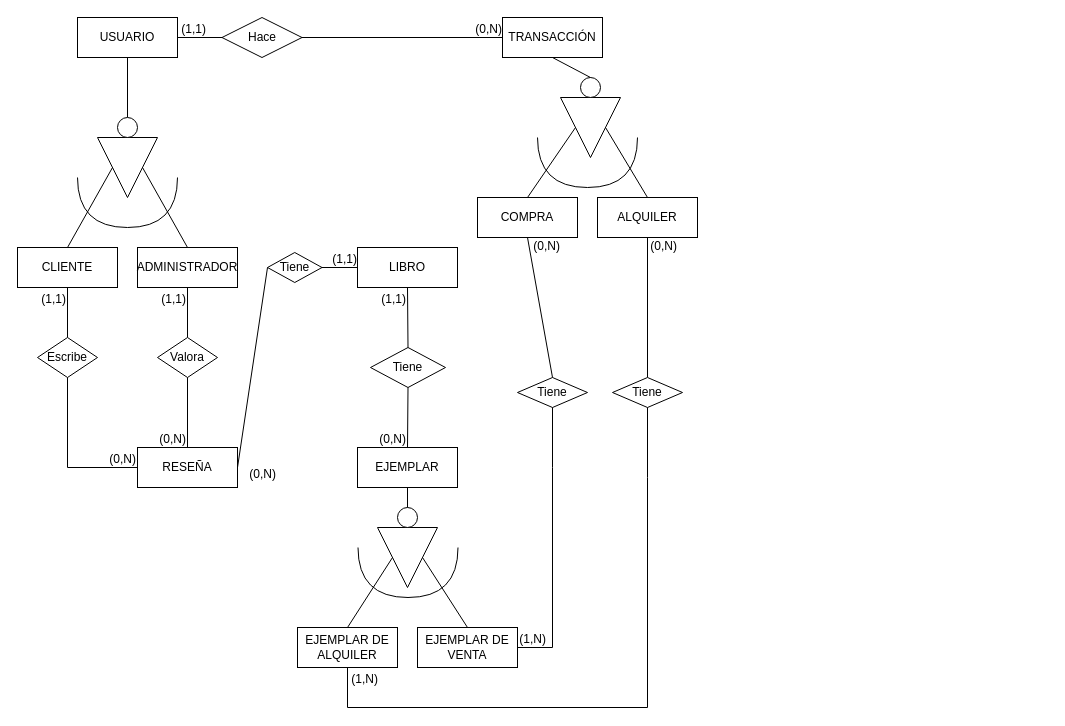
This is Diagrama sin título.drawio from ImAlex28/draw.io, a draw.io file, before an edit. Source tidied: cells renumbered, new cells numbered last; positions are measured from the earlier drawing's top-left corner, leaving out a move shared by most shapes. Both pictures are drawn from the tidied source at 100%, with x=0, y=0 at pixel (17, 17).
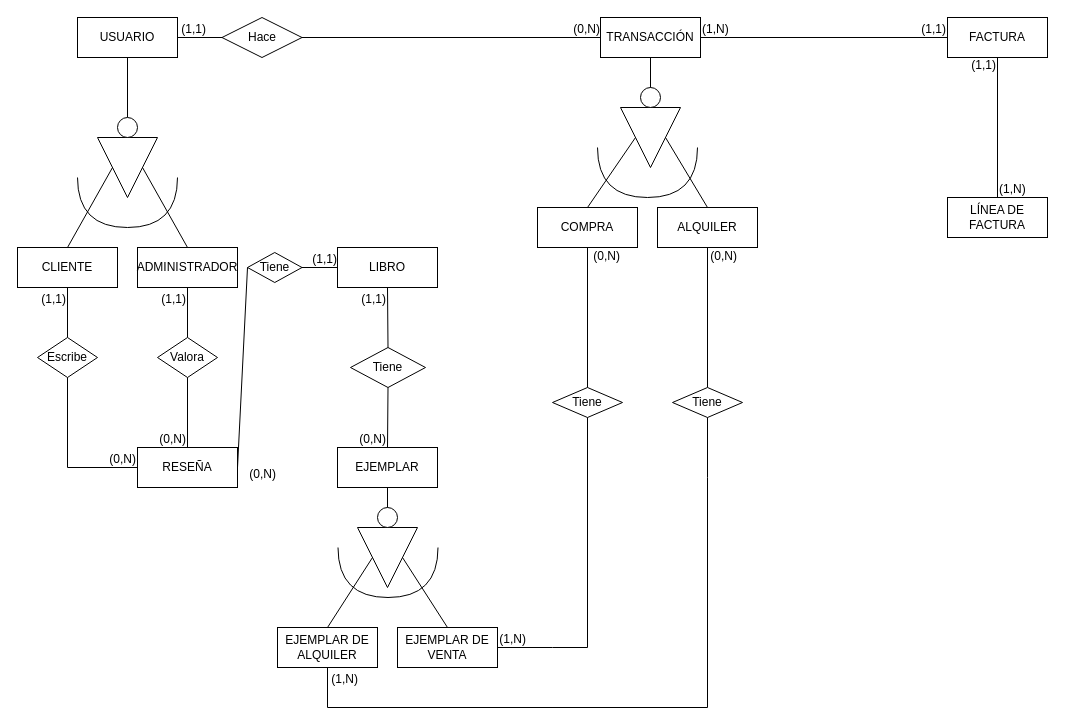
Above is the later version.

Diff of the diagram source:
```diff
@@
     <mxCell id="2" value="LIBRO" style="whiteSpace=wrap;html=1;align=center;" parent="1" vertex="1">
-      <mxGeometry x="340" y="230" width="100" height="40" as="geometry" />
+      <mxGeometry x="320" y="230" width="100" height="40" as="geometry" />
     </mxCell>
     <mxCell id="3" value="EJEMPLAR" style="whiteSpace=wrap;html=1;align=center;" parent="1" vertex="1">
-      <mxGeometry x="340" y="430" width="100" height="40" as="geometry" />
+      <mxGeometry x="320" y="430" width="100" height="40" as="geometry" />
     </mxCell>
     <mxCell id="4" value="EJEMPLAR DE ALQUILER" style="whiteSpace=wrap;html=1;align=center;" parent="1" vertex="1">
-      <mxGeometry x="280" y="610" width="100" height="40" as="geometry" />
+      <mxGeometry x="260" y="610" width="100" height="40" as="geometry" />
     </mxCell>
     <mxCell id="5" value="EJEMPLAR DE VENTA" style="whiteSpace=wrap;html=1;align=center;" parent="1" vertex="1">
-      <mxGeometry x="400" y="610" width="100" height="40" as="geometry" />
+      <mxGeometry x="380" y="610" width="100" height="40" as="geometry" />
     </mxCell>
@@
     <mxCell id="15" style="triangle;whiteSpace=wrap;html=1;rotation=90;" parent="1" vertex="1">
-      <mxGeometry x="360" y="510" width="60" height="60" as="geometry" />
+      <mxGeometry x="340" y="510" width="60" height="60" as="geometry" />
     </mxCell>
     <mxCell id="16" style="ellipse;whiteSpace=wrap;html=1;" parent="1" vertex="1">
-      <mxGeometry x="380" y="490" width="20" height="20" as="geometry" />
+      <mxGeometry x="360" y="490" width="20" height="20" as="geometry" />
     </mxCell>
@@
     <mxCell id="20" value="Tiene" style="shape=rhombus;perimeter=rhombusPerimeter;whiteSpace=wrap;html=1;align=center;" parent="1" vertex="1">
-      <mxGeometry x="353" y="330" width="75" height="40" as="geometry" />
+      <mxGeometry x="333" y="330" width="75" height="40" as="geometry" />
     </mxCell>
@@
     <mxCell id="25" value="TRANSACCIÓN" style="whiteSpace=wrap;html=1;align=center;" parent="1" vertex="1">
-      <mxGeometry x="485" width="100" height="40" as="geometry" />
+      <mxGeometry x="583" width="100" height="40" as="geometry" />
     </mxCell>
@@
     <mxCell id="42" value="Tiene" style="shape=rhombus;perimeter=rhombusPerimeter;whiteSpace=wrap;html=1;align=center;" parent="1" vertex="1">
-      <mxGeometry x="250" y="235" width="54.5" height="30" as="geometry" />
+      <mxGeometry x="230" y="235" width="54.5" height="30" as="geometry" />
     </mxCell>
@@
     <mxCell id="47" value="Tiene" style="shape=rhombus;perimeter=rhombusPerimeter;whiteSpace=wrap;html=1;align=center;" parent="1" vertex="1">
-      <mxGeometry x="500" y="360" width="70" height="30" as="geometry" />
+      <mxGeometry x="535" y="370" width="70" height="30" as="geometry" />
     </mxCell>
@@
     <mxCell id="50" style="endArrow=none;html=1;rounded=0;entryX=1;entryY=0.5;entryDx=0;entryDy=0;exitX=0.5;exitY=1;exitDx=0;exitDy=0;" parent="1" edge="1" source="47" target="5">
       <mxGeometry relative="1" as="geometry">
         <Array as="points">
-          <mxPoint x="535" y="450" />
+          <mxPoint x="570" y="630" />
           <mxPoint x="535" y="630" />
         </Array>
       </mxGeometry>
     </mxCell>
@@
     <mxCell id="52" style="endArrow=none;html=1;rounded=0;edgeStyle=orthogonalEdgeStyle;curved=1;" parent="1" edge="1">
       <mxGeometry relative="1" as="geometry">
-        <mxPoint x="340.5" y="530" as="sourcePoint" />
-        <mxPoint x="440.5" y="530" as="targetPoint" />
+        <mxPoint x="320.5" y="530" as="sourcePoint" />
+        <mxPoint x="420.5" y="530" as="targetPoint" />
         <Array as="points">
-          <mxPoint x="340.5" y="580" />
-          <mxPoint x="440.5" y="580" />
+          <mxPoint x="320.5" y="580" />
+          <mxPoint x="420.5" y="580" />
         </Array>
       </mxGeometry>
     </mxCell>
     <mxCell id="53" value="COMPRA" style="whiteSpace=wrap;html=1;align=center;" parent="1" vertex="1">
-      <mxGeometry x="460" y="180" width="100" height="40" as="geometry" />
+      <mxGeometry x="520" y="190" width="100" height="40" as="geometry" />
     </mxCell>
     <mxCell id="54" value="ALQUILER" style="whiteSpace=wrap;html=1;align=center;" parent="1" vertex="1">
-      <mxGeometry x="580" y="180" width="100" height="40" as="geometry" />
+      <mxGeometry x="640" y="190" width="100" height="40" as="geometry" />
     </mxCell>
     <mxCell id="55" style="triangle;whiteSpace=wrap;html=1;rotation=90;" parent="1" vertex="1">
-      <mxGeometry x="543" y="80" width="60" height="60" as="geometry" />
+      <mxGeometry x="603" y="90" width="60" height="60" as="geometry" />
     </mxCell>
@@
     <mxCell id="58" style="ellipse;whiteSpace=wrap;html=1;" parent="1" vertex="1">
-      <mxGeometry x="563" y="60" width="20" height="20" as="geometry" />
+      <mxGeometry x="623" y="70" width="20" height="20" as="geometry" />
     </mxCell>
     <mxCell id="59" style="endArrow=none;html=1;rounded=0;edgeStyle=orthogonalEdgeStyle;curved=1;" parent="1" edge="1">
       <mxGeometry relative="1" as="geometry">
-        <mxPoint x="520" y="120" as="sourcePoint" />
-        <mxPoint x="620" y="120" as="targetPoint" />
+        <mxPoint x="580" y="130" as="sourcePoint" />
+        <mxPoint x="680" y="130" as="targetPoint" />
         <Array as="points">
-          <mxPoint x="520" y="170" />
-          <mxPoint x="620" y="170" />
+          <mxPoint x="580" y="180" />
+          <mxPoint x="680" y="180" />
         </Array>
       </mxGeometry>
     </mxCell>
@@
     <mxCell id="63" value="Tiene" style="shape=rhombus;perimeter=rhombusPerimeter;whiteSpace=wrap;html=1;align=center;" parent="1" vertex="1">
-      <mxGeometry x="595" y="360" width="70" height="30" as="geometry" />
+      <mxGeometry x="655" y="370" width="70" height="30" as="geometry" />
     </mxCell>
     <mxCell id="64" style="endArrow=none;html=1;rounded=0;exitX=0.5;exitY=1;exitDx=0;exitDy=0;entryX=0.5;entryY=1;entryDx=0;entryDy=0;" parent="1" edge="1" source="63" target="4">
       <mxGeometry relative="1" as="geometry">
         <Array as="points">
-          <mxPoint x="630" y="460" />
-          <mxPoint x="630" y="690" />
-          <mxPoint x="330" y="690" />
+          <mxPoint x="690" y="460" />
+          <mxPoint x="690" y="690" />
+          <mxPoint x="310" y="690" />
         </Array>
       </mxGeometry>
     </mxCell>
@@
+    <mxCell id="66" value="FACTURA" style="whiteSpace=wrap;html=1;align=center;" parent="1" vertex="1">
+      <mxGeometry x="930" width="100" height="40" as="geometry" />
+    </mxCell>
+    <mxCell id="67" style="endArrow=none;html=1;rounded=0;entryX=0;entryY=0.5;entryDx=0;entryDy=0;" parent="1" edge="1" source="25" target="66">
+      <mxGeometry relative="1" as="geometry" />
+    </mxCell>
+    <mxCell id="68" value="(1,N)" style="html=1;whiteSpace=wrap;align=left;verticalAlign=bottom;" parent="67" vertex="1">
+      <mxGeometry x="-1" relative="1" as="geometry" />
+    </mxCell>
+    <mxCell id="69" value="(1,1)" style="html=1;whiteSpace=wrap;align=right;verticalAlign=bottom;" parent="67" vertex="1">
+      <mxGeometry x="1" relative="1" as="geometry" />
+    </mxCell>
+    <mxCell id="70" value="LÍNEA DE FACTURA" style="whiteSpace=wrap;html=1;align=center;" parent="1" vertex="1">
+      <mxGeometry x="930" y="180" width="100" height="40" as="geometry" />
+    </mxCell>
+    <mxCell id="71" style="endArrow=none;html=1;rounded=0;entryX=0.5;entryY=1;entryDx=0;entryDy=0;exitX=0.5;exitY=0;exitDx=0;exitDy=0;" parent="1" edge="1" source="70" target="66">
+      <mxGeometry relative="1" as="geometry" />
+    </mxCell>
+    <mxCell id="72" value="(1,N)" style="html=1;whiteSpace=wrap;align=left;verticalAlign=bottom;" parent="71" vertex="1">
+      <mxGeometry x="-1" relative="1" as="geometry" />
+    </mxCell>
+    <mxCell id="73" value="(1,1)" style="html=1;whiteSpace=wrap;align=right;verticalAlign=bottom;" parent="71" vertex="1">
+      <mxGeometry x="1" relative="1" as="geometry">
+        <mxPoint y="16" as="offset" />
+      </mxGeometry>
+    </mxCell>
```
